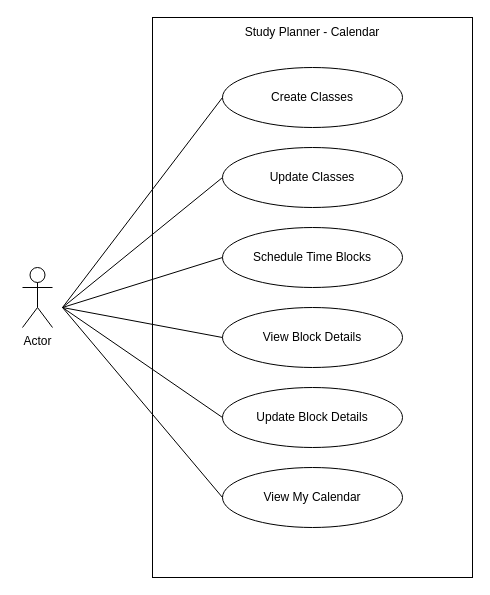
Above: docs/UserStories/UseCaseDiagramCalendar.drawio in KKnee85/StudyPlanner (draw.io), before the change. Source tidied: cells renumbered, new cells numbered last; positions are measured from the earlier drawing's top-left corner, leaving out a move shared by most shapes. Both pictures are drawn from the tidied source at 100%, with x=0, y=0 at pixel (22, 17).
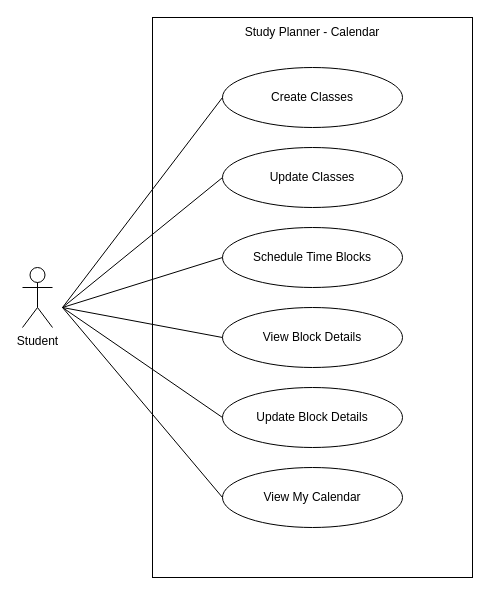
Above is the later version.

Commit message (it also covers changes not shown here):
Rename actor label to Student in diagrams

Change to the diagram source:
```diff
@@
-    <mxCell id="4" value="Actor" style="shape=umlActor;verticalLabelPosition=bottom;verticalAlign=top;html=1;labelPerimeter=1;" parent="1" vertex="1">
+    <mxCell id="4" value="Student" style="shape=umlActor;verticalLabelPosition=bottom;verticalAlign=top;html=1;labelPerimeter=1;" parent="1" vertex="1">
       <mxGeometry y="250" width="30" height="60" as="geometry" />
     </mxCell>
```
